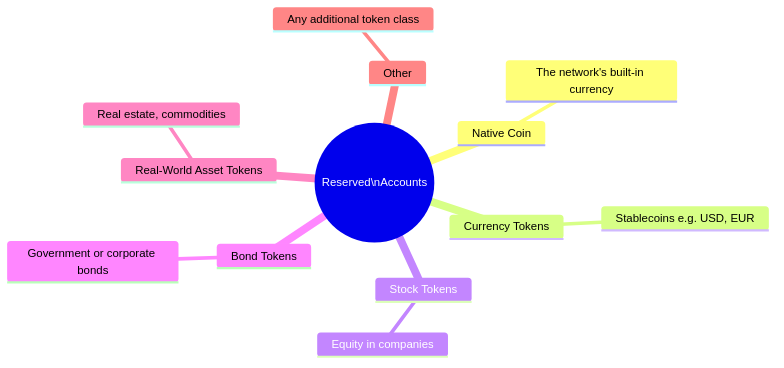
Before: docs/print/reserved-accounts.png, a diagram exported from Mermaid (people-post/pp-ledger). Its source is kept beside it as docs/print/reserved-accounts.mmd. The source it was exported from:
```mermaid
mindmap
  root((Reserved\nAccounts))
    Native Coin
      The network's built-in currency
    Currency Tokens
      Stablecoins e.g. USD, EUR
    Stock Tokens
      Equity in companies
    Bond Tokens
      Government or corporate bonds
    Real-World Asset Tokens
      Real estate, commodities
    Other
      Any additional token class
```
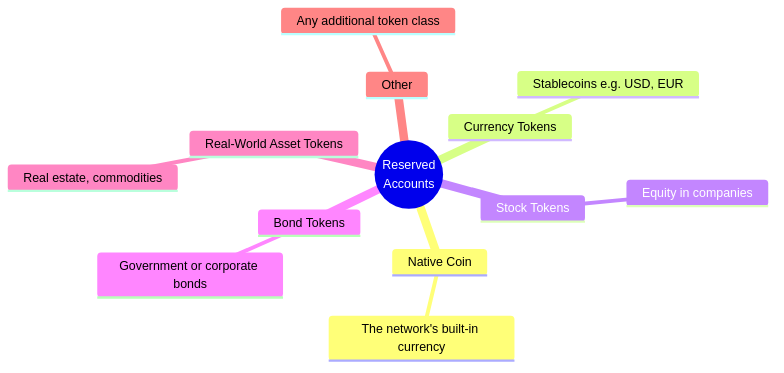
Later version of the same file.

The edit, as a diff of the source:
```diff
@@ -1,5 +1,5 @@
 mindmap
-  root((Reserved\nAccounts))
+  root((Reserved<br>Accounts))
     Native Coin
       The network's built-in currency
     Currency Tokens
```
